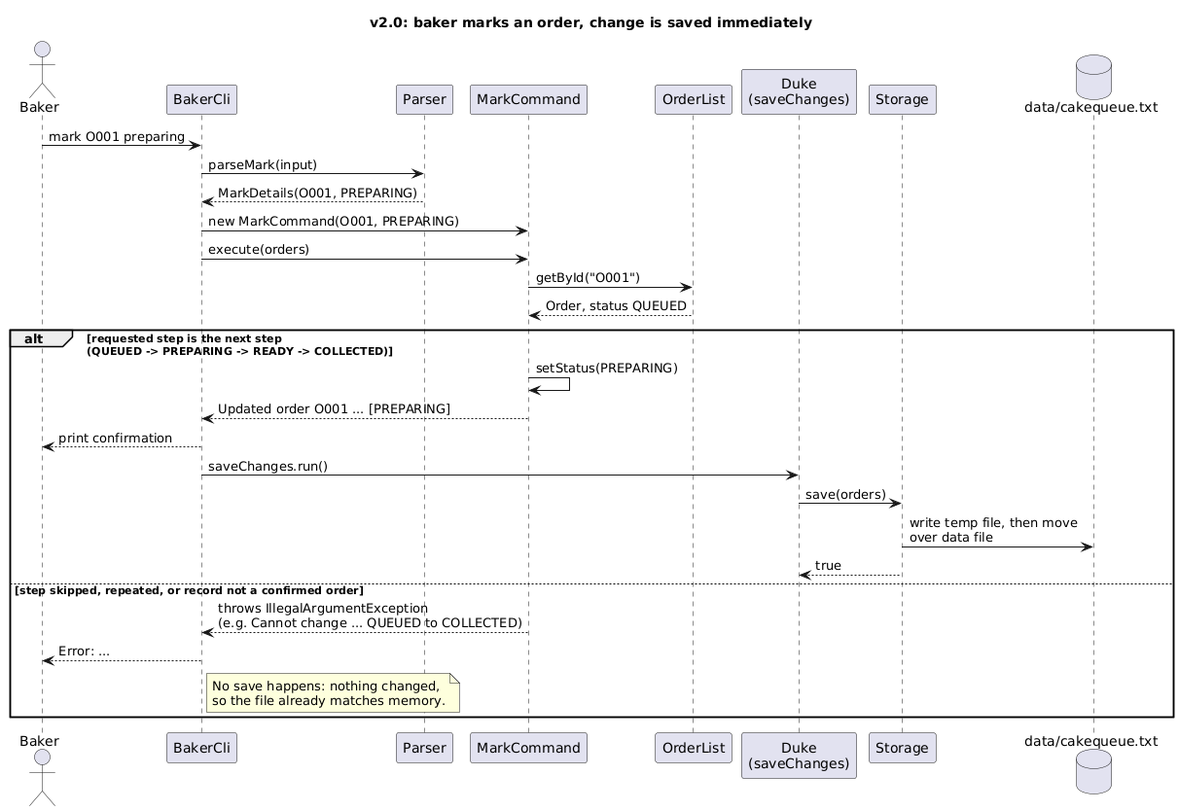
Earlier version of the PlantUML export docs/diagrams/rendered/MarkAndSaveSequenceDiagram.png (AY2627S1-CS2113-W12-1/tp). The source it was exported from:
```plantuml
@startuml MarkAndSaveSequenceDiagram
!pragma layout smetana
title v2.0: baker marks an order, change is saved immediately

actor Baker
participant "BakerCli" as Cli
participant "Parser" as Parser
participant "MarkCommand" as Mark
participant "OrderList" as List
participant "Duke\n(saveChanges)" as Duke
participant "Storage" as Storage
database "data/cakequeue.txt" as File

Baker -> Cli : mark O001 preparing
Cli -> Parser : parseMark(input)
Parser --> Cli : MarkDetails(O001, PREPARING)
Cli -> Mark : new MarkCommand(O001, PREPARING)
Cli -> Mark : execute(orders)
Mark -> List : getById("O001")
List --> Mark : Order, status QUEUED
alt requested step is the next step\n(QUEUED -> PREPARING -> READY -> COLLECTED)
  Mark -> Mark : setStatus(PREPARING)
  Mark --> Cli : Updated order O001 ... [PREPARING]
  Cli --> Baker : print confirmation
  Cli -> Duke : saveChanges.run()
  Duke -> Storage : save(orders)
  Storage -> File : write temp file, then move\nover data file
  Storage --> Duke : true
else step skipped, repeated, or record not a confirmed order
  Mark --> Cli : throws IllegalArgumentException\n(e.g. Cannot change ... QUEUED to COLLECTED)
  Cli --> Baker : Error: ...
  note right of Cli
    No save happens: nothing changed,
    so the file already matches memory.
  end note
end
@enduml
```
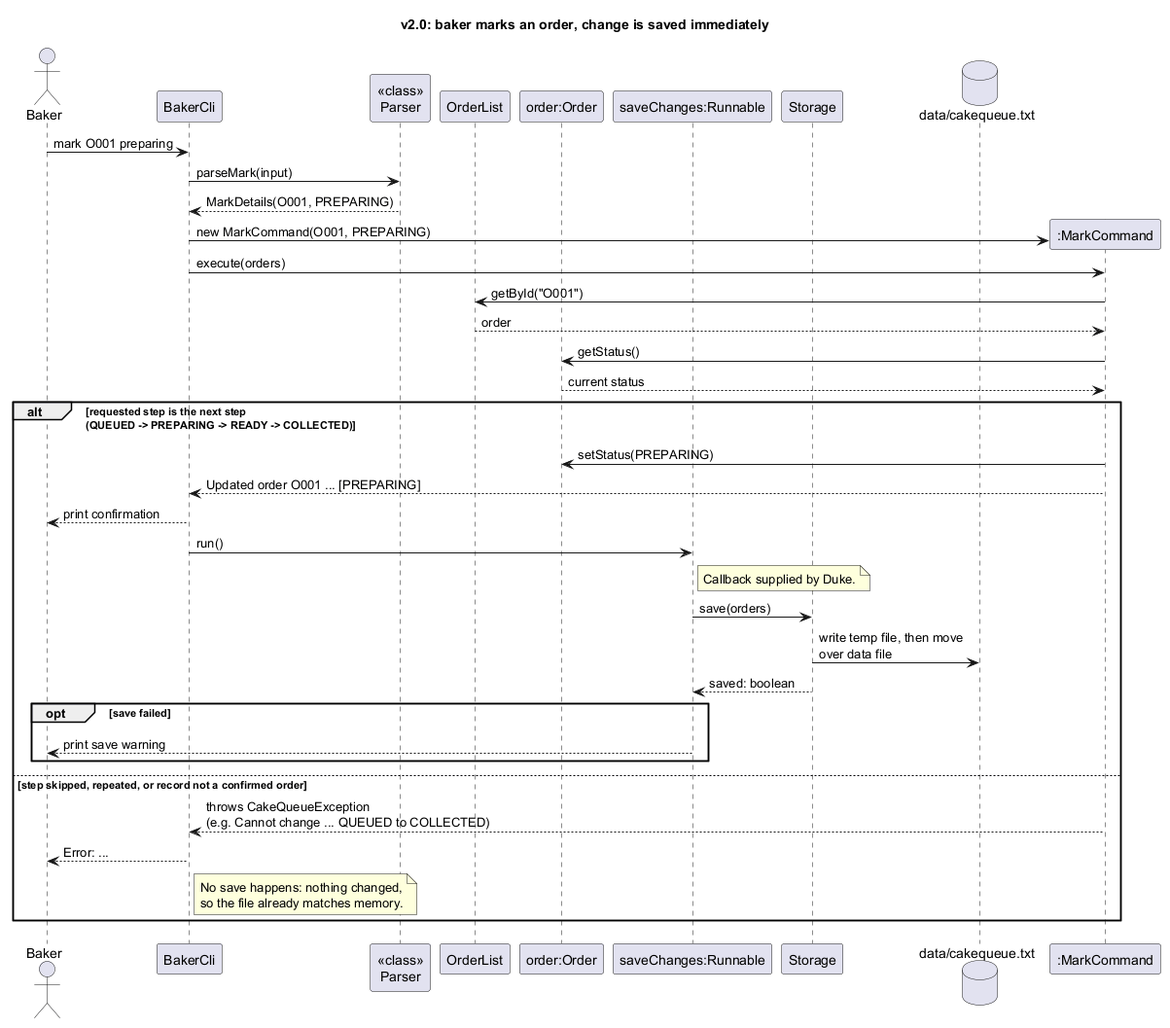
Later version of the same file.

Change to the diagram source:
```diff
@@ -4,30 +4,37 @@
 
 actor Baker
 participant "BakerCli" as Cli
-participant "Parser" as Parser
-participant "MarkCommand" as Mark
+participant "<<class>>\nParser" as Parser
 participant "OrderList" as List
-participant "Duke\n(saveChanges)" as Duke
+participant "order:Order" as Order
+participant "saveChanges:Runnable" as Save
 participant "Storage" as Storage
 database "data/cakequeue.txt" as File
 
 Baker -> Cli : mark O001 preparing
 Cli -> Parser : parseMark(input)
 Parser --> Cli : MarkDetails(O001, PREPARING)
+create participant ":MarkCommand" as Mark
 Cli -> Mark : new MarkCommand(O001, PREPARING)
 Cli -> Mark : execute(orders)
 Mark -> List : getById("O001")
-List --> Mark : Order, status QUEUED
+List --> Mark : order
+Mark -> Order : getStatus()
+Order --> Mark : current status
 alt requested step is the next step\n(QUEUED -> PREPARING -> READY -> COLLECTED)
-  Mark -> Mark : setStatus(PREPARING)
+  Mark -> Order : setStatus(PREPARING)
   Mark --> Cli : Updated order O001 ... [PREPARING]
   Cli --> Baker : print confirmation
-  Cli -> Duke : saveChanges.run()
-  Duke -> Storage : save(orders)
+  Cli -> Save : run()
+  note right of Save : Callback supplied by Duke.
+  Save -> Storage : save(orders)
   Storage -> File : write temp file, then move\nover data file
-  Storage --> Duke : true
+  Storage --> Save : saved: boolean
+  opt save failed
+    Save --> Baker : print save warning
+  end
 else step skipped, repeated, or record not a confirmed order
-  Mark --> Cli : throws IllegalArgumentException\n(e.g. Cannot change ... QUEUED to COLLECTED)
+  Mark --> Cli : throws CakeQueueException\n(e.g. Cannot change ... QUEUED to COLLECTED)
   Cli --> Baker : Error: ...
   note right of Cli
     No save happens: nothing changed,
```
